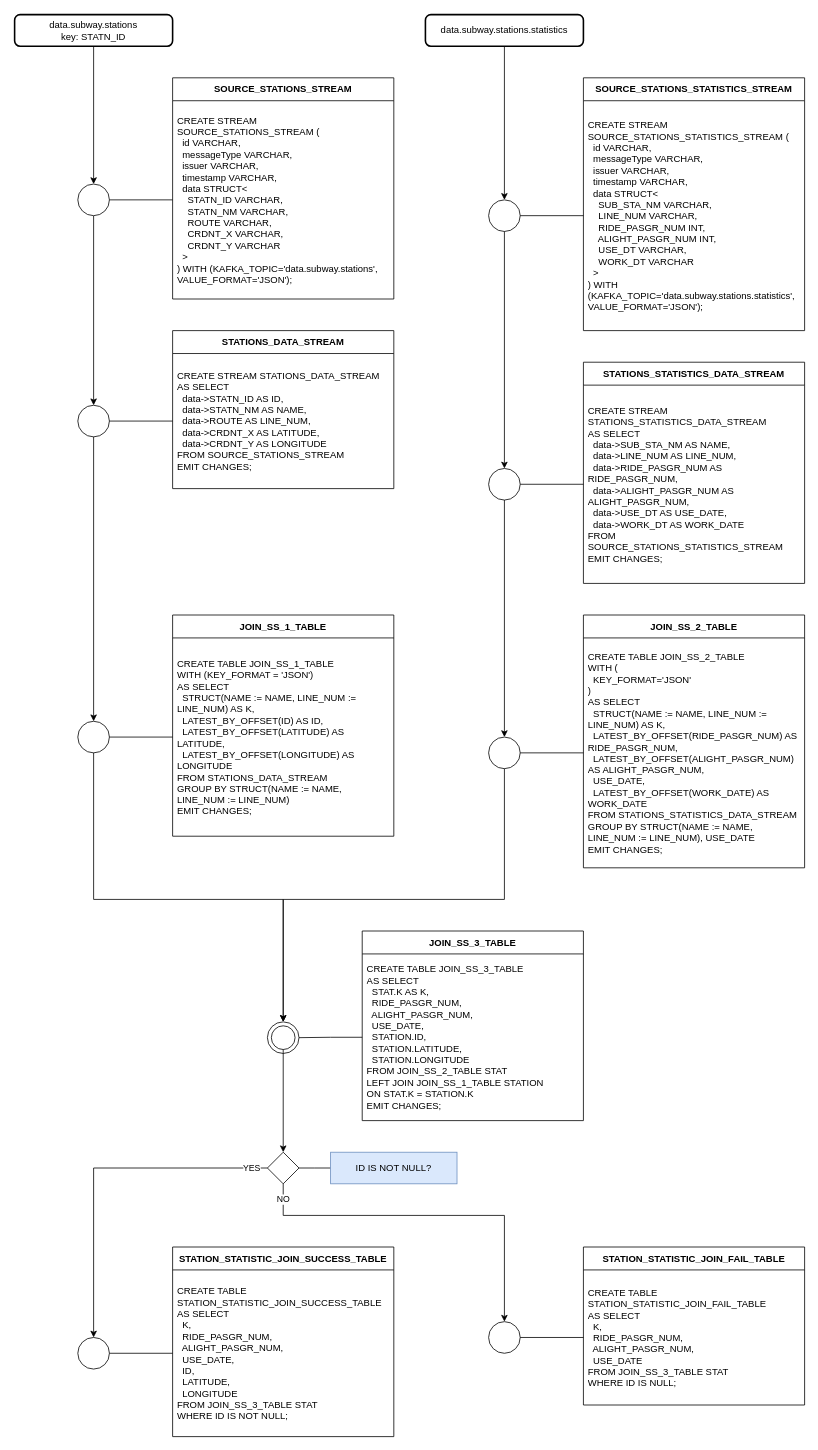
The draw.io diagram subway/subwayKsqlDBTopology.drawio in p-bear/charts.draw.io, before the edit. Source tidied: cells renumbered, new cells numbered last; positions are measured from the earlier drawing's top-left corner, leaving out a move shared by most shapes. Both pictures are drawn from the tidied source at 79%, with x=0, y=0 at pixel (14, 14).
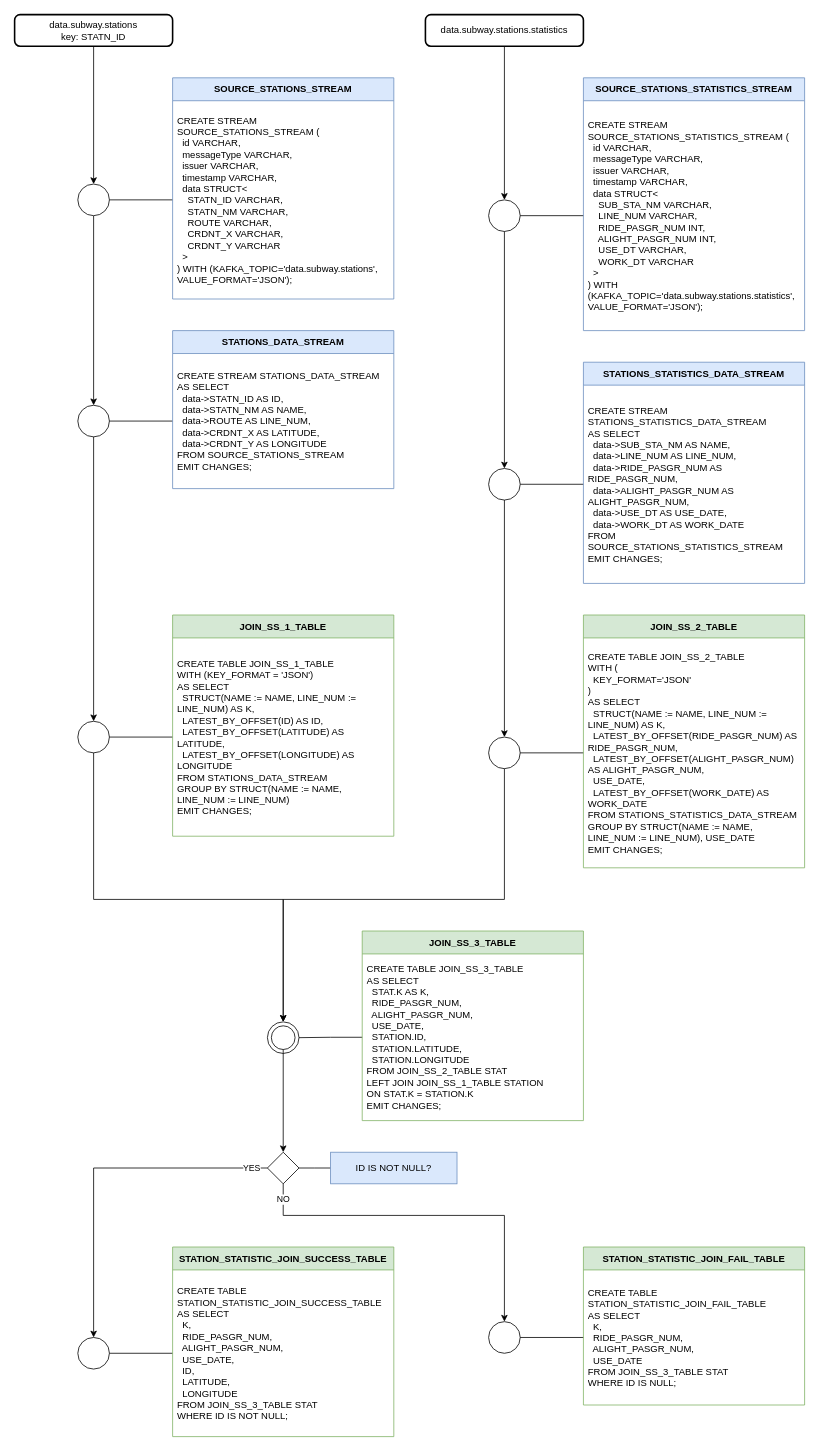
The same diagram, later.

The change refers to these unchanged cells:
```xml
<mxCell id="11" style="group;" parent="1" vertex="1">
  <mxGeometry x="80" y="400" width="400" height="200" as="geometry" />
</mxCell>
<mxCell id="17" style="group;" parent="1" vertex="1">
  <mxGeometry x="80" y="760" width="400" height="280" as="geometry" />
</mxCell>
<mxCell id="22" style="group;" parent="1" vertex="1">
  <mxGeometry x="80" y="80" width="400" height="280" as="geometry" />
</mxCell>
<mxCell id="27" style="group;" parent="1" vertex="1">
  <mxGeometry x="600" y="80" width="400" height="320" as="geometry" />
</mxCell>
<mxCell id="32" style="group;" parent="1" vertex="1">
  <mxGeometry x="600" y="440" width="400" height="280" as="geometry" />
</mxCell>
<mxCell id="37" style="group;" parent="1" vertex="1">
  <mxGeometry x="600" y="760" width="400" height="320" as="geometry" />
</mxCell>
<mxCell id="42" style="group;" parent="1" vertex="1">
  <mxGeometry x="320" y="1160" width="400" height="240" as="geometry" />
</mxCell>
<mxCell id="49" style="group;" parent="1" vertex="1">
  <mxGeometry x="80" y="1560" width="400" height="240" as="geometry" />
</mxCell>
<mxCell id="54" style="group;" parent="1" vertex="1">
  <mxGeometry x="600" y="1560" width="400" height="200" as="geometry" />
</mxCell>
```

What changed in the source:
```diff
@@
-    <mxCell id="14" value="STATIONS_DATA_STREAM" style="swimlane;fontStyle=1;align=center;verticalAlign=middle;horizontal=1;startSize=29;html=1;whiteSpace=wrap;" parent="11" vertex="1">
+    <mxCell id="14" value="STATIONS_DATA_STREAM" style="swimlane;fontStyle=1;align=center;verticalAlign=middle;horizontal=1;startSize=29;html=1;whiteSpace=wrap;fillColor=#dae8fc;strokeColor=#6c8ebf;" parent="11" vertex="1">
       <mxGeometry x="120" width="280" height="200" as="geometry" />
     </mxCell>
@@
-    <mxCell id="20" value="JOIN_SS_1_TABLE" style="swimlane;fontStyle=1;align=center;verticalAlign=middle;horizontal=1;startSize=29;html=1;whiteSpace=wrap;" parent="17" vertex="1">
+    <mxCell id="20" value="JOIN_SS_1_TABLE" style="swimlane;fontStyle=1;align=center;verticalAlign=middle;horizontal=1;startSize=29;html=1;whiteSpace=wrap;fillColor=#d5e8d4;strokeColor=#82b366;" parent="17" vertex="1">
       <mxGeometry x="120" width="280" height="280" as="geometry" />
     </mxCell>
@@
-    <mxCell id="25" value="SOURCE_STATIONS_STREAM" style="swimlane;fontStyle=1;align=center;verticalAlign=middle;horizontal=1;startSize=29;html=1;whiteSpace=wrap;" parent="22" vertex="1">
+    <mxCell id="25" value="SOURCE_STATIONS_STREAM" style="swimlane;fontStyle=1;align=center;verticalAlign=middle;horizontal=1;startSize=29;html=1;whiteSpace=wrap;fillColor=#dae8fc;strokeColor=#6c8ebf;" parent="22" vertex="1">
       <mxGeometry x="120" width="280" height="280" as="geometry" />
     </mxCell>
@@
-    <mxCell id="30" value="SOURCE_STATIONS_STATISTICS_STREAM" style="swimlane;fontStyle=1;align=center;verticalAlign=middle;horizontal=1;startSize=29;html=1;whiteSpace=wrap;" parent="27" vertex="1">
+    <mxCell id="30" value="SOURCE_STATIONS_STATISTICS_STREAM" style="swimlane;fontStyle=1;align=center;verticalAlign=middle;horizontal=1;startSize=29;html=1;whiteSpace=wrap;fillColor=#dae8fc;strokeColor=#6c8ebf;" parent="27" vertex="1">
       <mxGeometry x="120" width="280" height="320" as="geometry" />
     </mxCell>
@@
-    <mxCell id="35" value="STATIONS_STATISTICS_DATA_STREAM" style="swimlane;fontStyle=1;align=center;verticalAlign=middle;horizontal=1;startSize=29;html=1;whiteSpace=wrap;" parent="32" vertex="1">
+    <mxCell id="35" value="STATIONS_STATISTICS_DATA_STREAM" style="swimlane;fontStyle=1;align=center;verticalAlign=middle;horizontal=1;startSize=29;html=1;whiteSpace=wrap;fillColor=#dae8fc;strokeColor=#6c8ebf;" parent="32" vertex="1">
       <mxGeometry x="120" width="280" height="280" as="geometry" />
     </mxCell>
@@
-    <mxCell id="40" value="JOIN_SS_2_TABLE" style="swimlane;fontStyle=1;align=center;verticalAlign=middle;horizontal=1;startSize=29;html=1;whiteSpace=wrap;" parent="37" vertex="1">
+    <mxCell id="40" value="JOIN_SS_2_TABLE" style="swimlane;fontStyle=1;align=center;verticalAlign=middle;horizontal=1;startSize=29;html=1;whiteSpace=wrap;fillColor=#d5e8d4;strokeColor=#82b366;" parent="37" vertex="1">
       <mxGeometry x="120" width="280" height="320" as="geometry" />
     </mxCell>
@@
-    <mxCell id="44" value="JOIN_SS_3_TABLE" style="swimlane;fontStyle=1;align=center;verticalAlign=middle;horizontal=1;startSize=29;html=1;whiteSpace=wrap;" parent="42" vertex="1">
+    <mxCell id="44" value="JOIN_SS_3_TABLE" style="swimlane;fontStyle=1;align=center;verticalAlign=middle;horizontal=1;startSize=29;html=1;whiteSpace=wrap;fillColor=#d5e8d4;strokeColor=#82b366;" parent="42" vertex="1">
       <mxGeometry x="120" width="280" height="240" as="geometry" />
     </mxCell>
@@
-    <mxCell id="52" value="STATION_STATISTIC_JOIN_SUCCESS_TABLE" style="swimlane;fontStyle=1;align=center;verticalAlign=middle;horizontal=1;startSize=29;html=1;whiteSpace=wrap;" parent="49" vertex="1">
+    <mxCell id="52" value="STATION_STATISTIC_JOIN_SUCCESS_TABLE" style="swimlane;fontStyle=1;align=center;verticalAlign=middle;horizontal=1;startSize=29;html=1;whiteSpace=wrap;fillColor=#d5e8d4;strokeColor=#82b366;" parent="49" vertex="1">
       <mxGeometry x="120" width="280" height="240" as="geometry" />
     </mxCell>
@@
-    <mxCell id="57" value="STATION_STATISTIC_JOIN_FAIL_TABLE" style="swimlane;fontStyle=1;align=center;verticalAlign=middle;horizontal=1;startSize=29;html=1;whiteSpace=wrap;" parent="54" vertex="1">
+    <mxCell id="57" value="STATION_STATISTIC_JOIN_FAIL_TABLE" style="swimlane;fontStyle=1;align=center;verticalAlign=middle;horizontal=1;startSize=29;html=1;whiteSpace=wrap;fillColor=#d5e8d4;strokeColor=#82b366;" parent="54" vertex="1">
       <mxGeometry x="120" width="280" height="200" as="geometry" />
     </mxCell>
```
